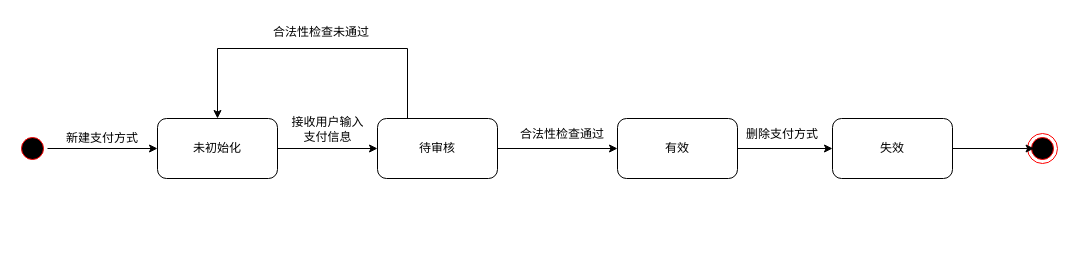
Earlier version of the draw.io diagram Wallet状态图.drawio (PomeloLemon/SoftwareDiagrams). Source tidied: cells renumbered, new cells numbered last; positions are measured from the earlier drawing's top-left corner, leaving out a move shared by most shapes. Both pictures are drawn from the tidied source at 100%, with x=0, y=0 at pixel (17, 17).
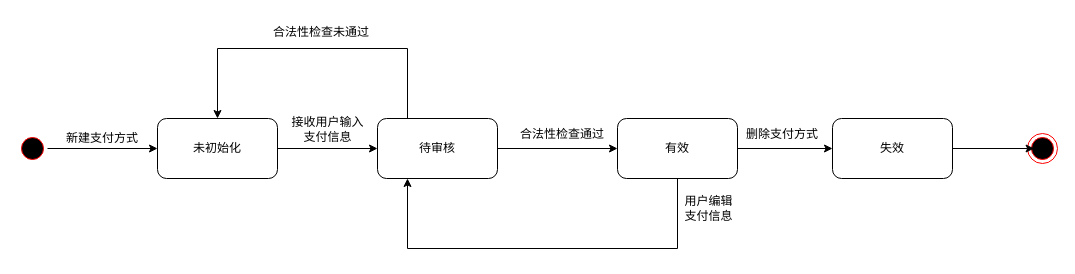
The same page after the edit.

Commit message:
更新Wallet状态图.drawio

The change refers to these unchanged cells:
```xml
<mxCell id="9" value="待审核" style="rounded=1;whiteSpace=wrap;html=1;" parent="1" vertex="1">
  <mxGeometry x="360" y="101" width="120" height="60" as="geometry" />
</mxCell>
<mxCell id="12" value="有效" style="rounded=1;whiteSpace=wrap;html=1;" parent="1" vertex="1">
  <mxGeometry x="600" y="101" width="120" height="60" as="geometry" />
</mxCell>
```

The edit, as a diff of the source:
```diff
@@
+    <mxCell id="19" style="edgeStyle=orthogonalEdgeStyle;rounded=0;jettySize=auto;html=1;exitX=0.5;exitY=1;exitDx=0;exitDy=0;entryX=0.25;entryY=1;entryDx=0;entryDy=0;" parent="1" edge="1" source="12" target="9">
+      <mxGeometry relative="1" as="geometry">
+        <Array as="points">
+          <mxPoint x="660" y="231" />
+          <mxPoint x="390" y="231" />
+        </Array>
+      </mxGeometry>
+    </mxCell>
@@
+    <mxCell id="20" value="用户编辑&lt;br&gt;支付信息" style="text;html=1;align=center;verticalAlign=middle;strokeColor=none;fillColor=none;" parent="1" vertex="1">
+      <mxGeometry x="656" y="171" width="70" height="40" as="geometry" />
+    </mxCell>
```
